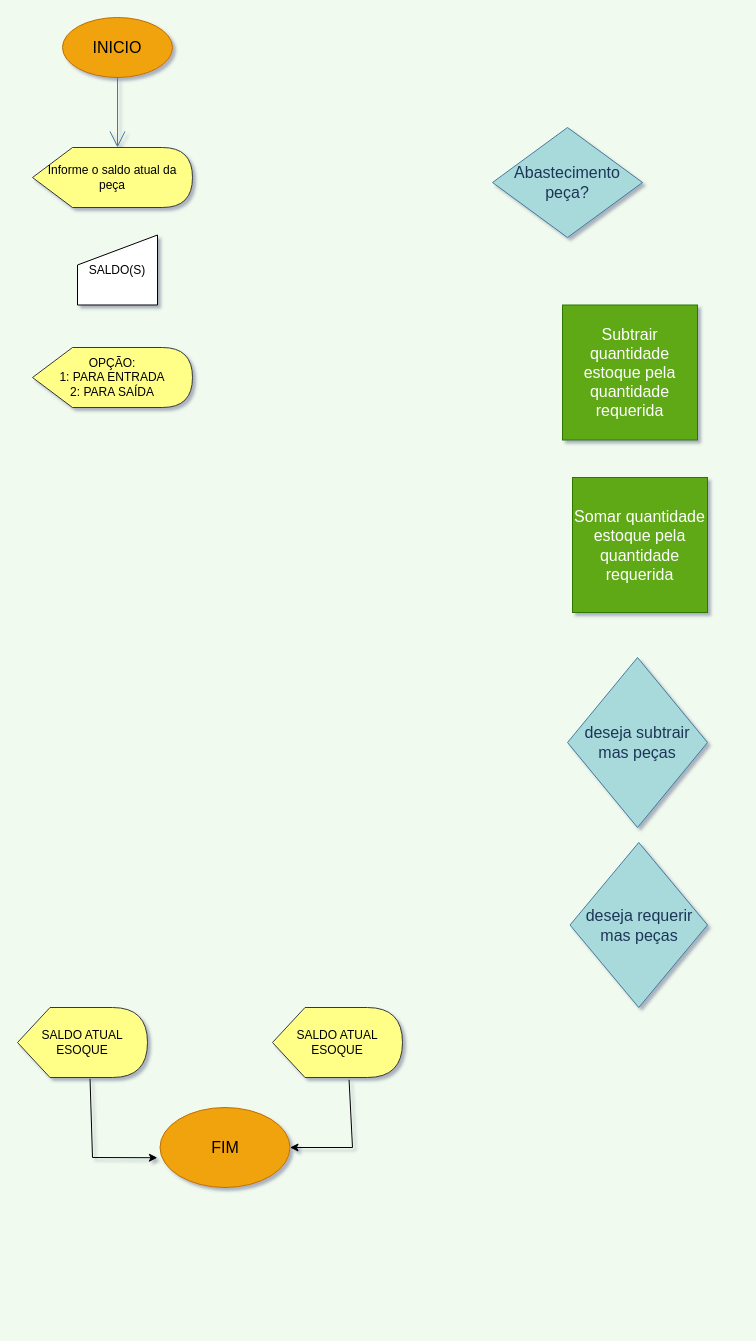
silvatavares/senai_versoes_git keeps this draw.io diagram as Diagrama sem nome.drawio. Above is the earlier version. Source tidied: cells renumbered, new cells numbered last; positions are measured from the earlier drawing's top-left corner, leaving out a move shared by most shapes. Both pictures are drawn from the tidied source at 100%, with x=0, y=0 at pixel (17, 17).
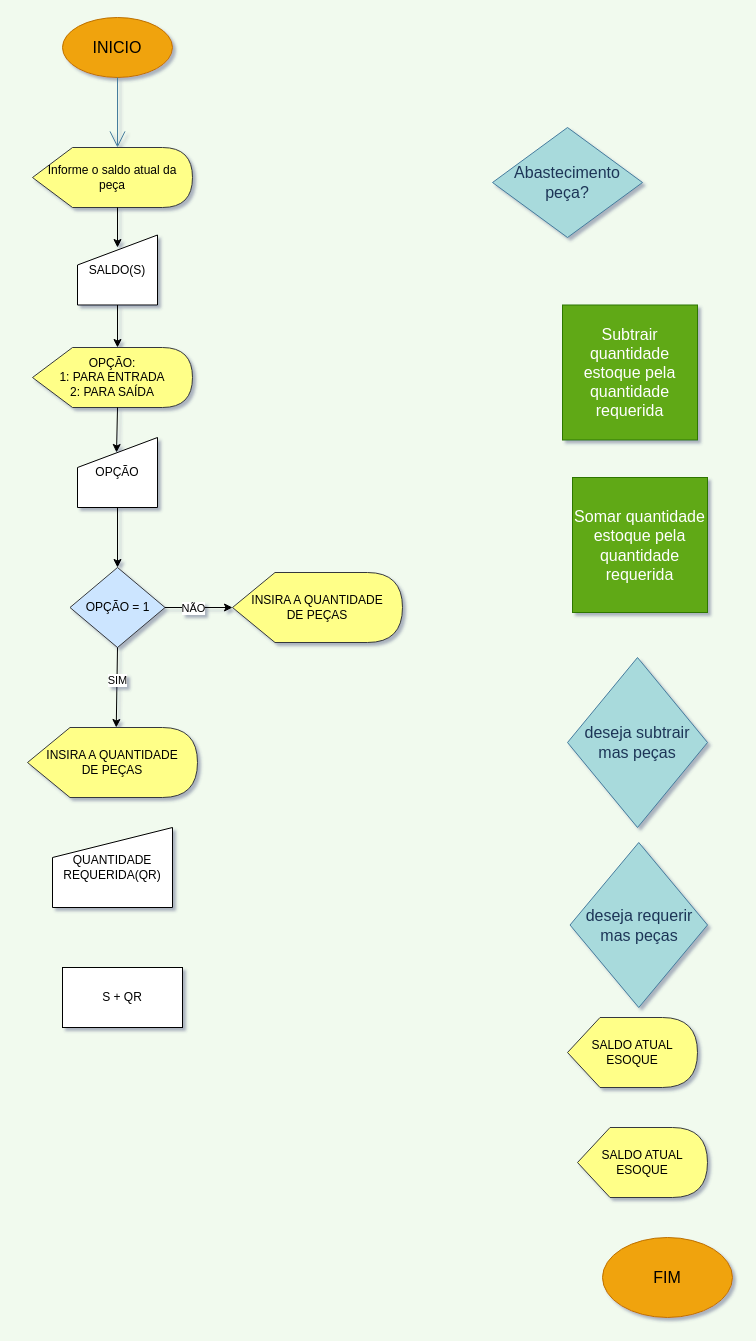
Above is the later version.

The change refers to these unchanged cells:
```xml
<mxCell id="14" value="Informe o saldo atual da peça" style="shape=display;whiteSpace=wrap;html=1;fillColor=#ffff88;strokeColor=#36393d;align=center;" parent="1" vertex="1">
  <mxGeometry x="15" y="130" width="160" height="60" as="geometry" />
</mxCell>
<mxCell id="15" value="&lt;div style=&quot;line-height: 120%;&quot;&gt;&lt;span style=&quot;background-color: initial;&quot;&gt;SALDO(S)&lt;/span&gt;&lt;/div&gt;" style="shape=manualInput;whiteSpace=wrap;html=1;align=center;" parent="1" vertex="1">
  <mxGeometry x="60" y="217.5" width="80" height="70" as="geometry" />
</mxCell>
<mxCell id="16" value="OPÇÃO:&lt;br&gt;1: PARA ENTRADA&lt;br&gt;2: PARA SAÍDA" style="shape=display;whiteSpace=wrap;html=1;fillColor=#ffff88;strokeColor=#36393d;align=center;" parent="1" vertex="1">
  <mxGeometry x="15" y="330" width="160" height="60" as="geometry" />
</mxCell>
```

Diff of the diagram source:
```diff
@@
     <mxCell id="3" value="FIM" style="ellipse;whiteSpace=wrap;html=1;fontSize=16;fillColor=#f0a30a;strokeColor=#BD7000;fontColor=#000000;rounded=0;" parent="1" vertex="1">
-      <mxGeometry x="142.5" y="1090" width="130" height="80" as="geometry" />
+      <mxGeometry x="585" y="1220" width="130" height="80" as="geometry" />
     </mxCell>
@@
     <mxCell id="10" value="SALDO ATUAL &lt;br&gt;ESOQUE" style="shape=display;whiteSpace=wrap;html=1;fillColor=#ffff88;strokeColor=#36393d;" parent="1" vertex="1">
-      <mxGeometry y="990" width="130" height="70" as="geometry" />
+      <mxGeometry x="560" y="1110" width="130" height="70" as="geometry" />
     </mxCell>
     <mxCell id="11" value="SALDO ATUAL &lt;br&gt;ESOQUE" style="shape=display;whiteSpace=wrap;html=1;fillColor=#ffff88;strokeColor=#36393d;" parent="1" vertex="1">
-      <mxGeometry x="255" y="990" width="130" height="70" as="geometry" />
+      <mxGeometry x="550" y="1000" width="130" height="70" as="geometry" />
     </mxCell>
-    <mxCell id="12" style="endArrow=classic;html=1;rounded=0;exitX=0.558;exitY=1.018;exitDx=0;exitDy=0;exitPerimeter=0;entryX=-0.02;entryY=0.628;entryDx=0;entryDy=0;entryPerimeter=0;" parent="1" edge="1" source="10" target="3">
-      <mxGeometry relative="1" as="geometry">
-        <Array as="points">
-          <mxPoint x="75" y="1140" />
-        </Array>
-      </mxGeometry>
-    </mxCell>
-    <mxCell id="13" style="endArrow=classic;html=1;rounded=0;entryX=1;entryY=0.5;entryDx=0;entryDy=0;exitX=0.589;exitY=1.033;exitDx=0;exitDy=0;exitPerimeter=0;" parent="1" edge="1" source="11" target="3">
-      <mxGeometry relative="1" as="geometry">
-        <Array as="points">
-          <mxPoint x="335" y="1130" />
-        </Array>
-      </mxGeometry>
-    </mxCell>
@@
+    <mxCell id="17" value="&lt;div style=&quot;line-height: 120%;&quot;&gt;&lt;span style=&quot;background-color: initial;&quot;&gt;OPÇÃO&lt;/span&gt;&lt;/div&gt;" style="shape=manualInput;whiteSpace=wrap;html=1;align=center;" parent="1" vertex="1">
+      <mxGeometry x="60" y="420" width="80" height="70" as="geometry" />
+    </mxCell>
+    <mxCell id="18" value="OPÇÃO = 1" style="rhombus;whiteSpace=wrap;html=1;fillColor=#cce5ff;strokeColor=#36393d;" parent="1" vertex="1">
+      <mxGeometry x="52.5" y="550" width="95" height="80" as="geometry" />
+    </mxCell>
+    <mxCell id="19" style="endArrow=classic;html=1;rounded=0;exitX=0;exitY=0;exitDx=85;exitDy=60;exitPerimeter=0;entryX=0.5;entryY=0.179;entryDx=0;entryDy=0;entryPerimeter=0;" parent="1" edge="1" source="14" target="15">
+      <mxGeometry relative="1" as="geometry" />
+    </mxCell>
+    <mxCell id="20" style="endArrow=classic;html=1;rounded=0;exitX=0.5;exitY=1;exitDx=0;exitDy=0;entryX=0;entryY=0;entryDx=85;entryDy=0;entryPerimeter=0;" parent="1" edge="1" source="15" target="16">
+      <mxGeometry relative="1" as="geometry" />
+    </mxCell>
+    <mxCell id="21" style="endArrow=classic;html=1;rounded=0;exitX=0;exitY=0;exitDx=85;exitDy=60;exitPerimeter=0;entryX=0.488;entryY=0.214;entryDx=0;entryDy=0;entryPerimeter=0;" parent="1" edge="1" source="16" target="17">
+      <mxGeometry relative="1" as="geometry" />
+    </mxCell>
+    <mxCell id="22" style="endArrow=classic;html=1;rounded=0;exitX=0.5;exitY=1;exitDx=0;exitDy=0;entryX=0.5;entryY=0;entryDx=0;entryDy=0;" parent="1" edge="1" source="17" target="18">
+      <mxGeometry relative="1" as="geometry" />
+    </mxCell>
+    <mxCell id="23" value="INSIRA A QUANTIDADE &lt;br&gt;DE PEÇAS" style="shape=display;whiteSpace=wrap;html=1;fillColor=#ffff88;strokeColor=#36393d;align=center;" parent="1" vertex="1">
+      <mxGeometry x="215" y="555" width="170" height="70" as="geometry" />
+    </mxCell>
+    <mxCell id="24" style="endArrow=classic;html=1;rounded=0;exitX=1;exitY=0.5;exitDx=0;exitDy=0;entryX=0;entryY=0.5;entryDx=0;entryDy=0;entryPerimeter=0;" parent="1" edge="1" source="18" target="23">
+      <mxGeometry relative="1" as="geometry" />
+    </mxCell>
+    <mxCell id="25" value="NÃO" style="edgeLabel;html=1;align=center;verticalAlign=middle;" parent="24" vertex="1">
+      <mxGeometry x="-0.3" y="4" relative="1" as="geometry">
+        <mxPoint x="4" y="4" as="offset" />
+      </mxGeometry>
+    </mxCell>
+    <mxCell id="26" value="INSIRA A QUANTIDADE &lt;br&gt;DE PEÇAS" style="shape=display;whiteSpace=wrap;html=1;fillColor=#ffff88;strokeColor=#36393d;align=center;" parent="1" vertex="1">
+      <mxGeometry x="10" y="710" width="170" height="70" as="geometry" />
+    </mxCell>
+    <mxCell id="27" style="endArrow=classic;html=1;rounded=0;exitX=0.5;exitY=1;exitDx=0;exitDy=0;entryX=0;entryY=0;entryDx=88.75;entryDy=0;entryPerimeter=0;" parent="1" edge="1" source="18" target="26">
+      <mxGeometry relative="1" as="geometry" />
+    </mxCell>
+    <mxCell id="28" value="SIM" style="edgeLabel;html=1;align=center;verticalAlign=middle;" parent="27" vertex="1">
+      <mxGeometry x="-0.3" y="4" relative="1" as="geometry">
+        <mxPoint x="-4" y="4" as="offset" />
+      </mxGeometry>
+    </mxCell>
+    <mxCell id="29" value="&lt;div style=&quot;line-height: 120%;&quot;&gt;&lt;span style=&quot;background-color: initial;&quot;&gt;QUANTIDADE&lt;/span&gt;&lt;/div&gt;&lt;div style=&quot;line-height: 120%;&quot;&gt;&lt;span style=&quot;background-color: initial;&quot;&gt;REQUERIDA(QR)&lt;/span&gt;&lt;/div&gt;" style="shape=manualInput;whiteSpace=wrap;html=1;align=center;" parent="1" vertex="1">
+      <mxGeometry x="35" y="810" width="120" height="80" as="geometry" />
+    </mxCell>
+    <mxCell id="30" value="S + QR" style="rounded=0;whiteSpace=wrap;html=1;" parent="1" vertex="1">
+      <mxGeometry x="45" y="950" width="120" height="60" as="geometry" />
+    </mxCell>
```
